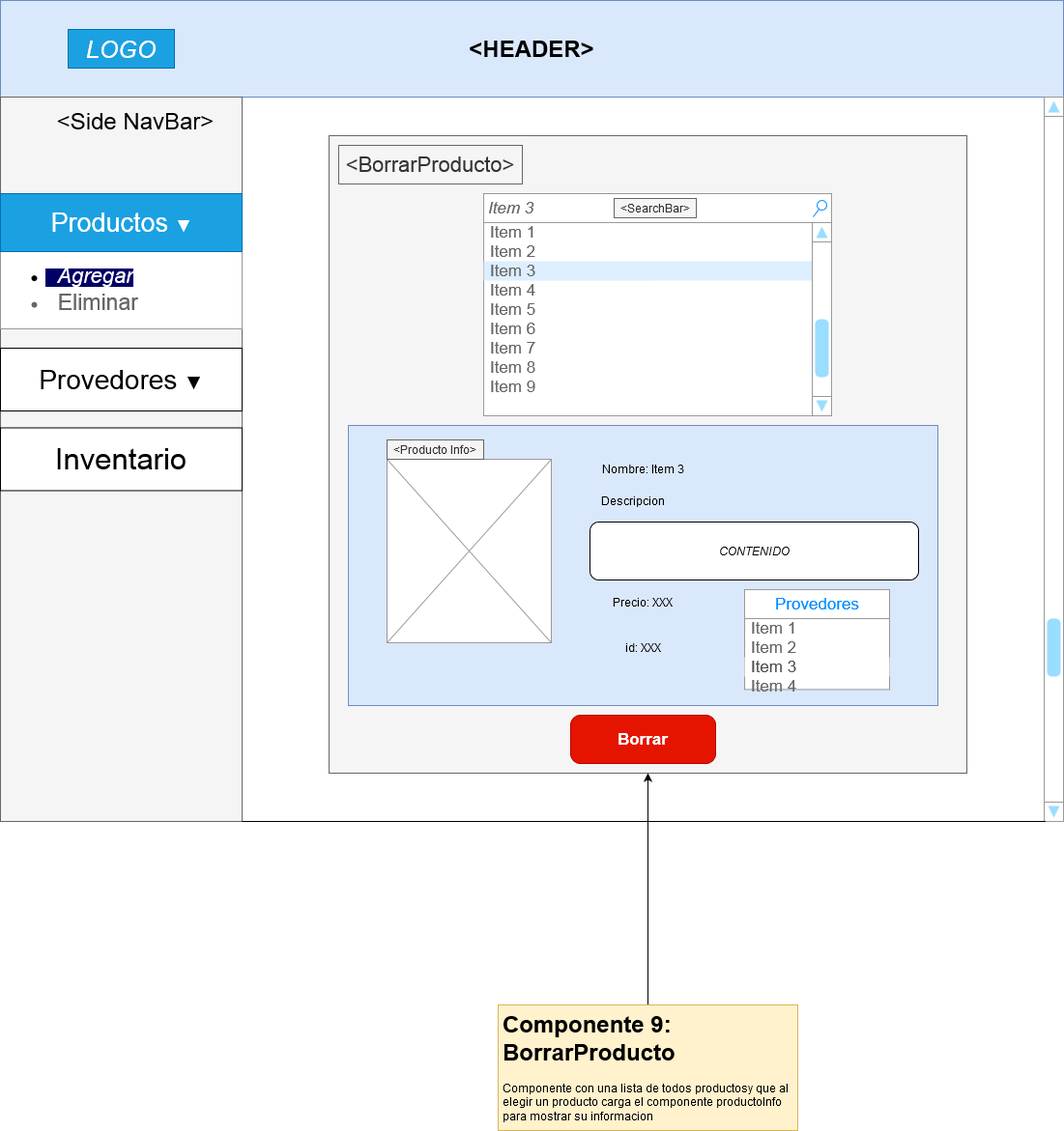
The draw.io diagram BorrarProducto component Diagram.png in EddyCeti/JarabeProject, before a commit. Source tidied: cells renumbered, new cells last; positions are measured from the earlier drawing's top-left corner, leaving out a move shared by most shapes. Source of this version:
```xml
<mxGraphModel>
  <root>
    <mxCell id="0" />
    <mxCell id="1" parent="0" />
    <mxCell id="2" style="whiteSpace=wrap;html=1;fillColor=#f5f5f5;strokeColor=#666666;fontColor=#333333;" parent="1" vertex="1">
      <mxGeometry x="340" y="140" width="660" height="660" as="geometry" />
    </mxCell>
    <mxCell id="3" style="rounded=0;whiteSpace=wrap;html=1;fillColor=#dae8fc;strokeColor=#6c8ebf;" parent="1" vertex="1">
      <mxGeometry x="360" y="440" width="610" height="290" as="geometry" />
    </mxCell>
    <mxCell id="4" value="&lt;h1&gt;&amp;lt;HEADER&amp;gt;&lt;br&gt;&lt;/h1&gt;" style="rounded=0;whiteSpace=wrap;html=1;fillColor=#dae8fc;strokeColor=#6c8ebf;" parent="1" vertex="1">
      <mxGeometry width="1100" height="100" as="geometry" />
    </mxCell>
    <mxCell id="5" style="rounded=0;whiteSpace=wrap;html=1;fillColor=#f5f5f5;strokeColor=#666666;fontColor=#333333;" parent="1" vertex="1">
      <mxGeometry y="100" width="250" height="750" as="geometry" />
    </mxCell>
    <mxCell id="6" value="&lt;font style=&quot;font-size: 24px&quot;&gt;&amp;lt;Side NavBar&amp;gt;&lt;/font&gt;" style="text;html=1;strokeColor=none;fillColor=none;align=center;verticalAlign=middle;whiteSpace=wrap;rounded=0;" parent="1" vertex="1">
      <mxGeometry x="50" y="110" width="180" height="30" as="geometry" />
    </mxCell>
    <mxCell id="7" value="&lt;i&gt;&lt;font style=&quot;font-size: 25px&quot;&gt;LOGO&lt;/font&gt;&lt;/i&gt;" style="text;html=1;strokeColor=#006EAF;fillColor=#1ba1e2;align=center;verticalAlign=middle;whiteSpace=wrap;rounded=0;fontColor=#ffffff;" parent="1" vertex="1">
      <mxGeometry x="70" y="30" width="110" height="40" as="geometry" />
    </mxCell>
    <mxCell id="8" style="strokeWidth=1;shadow=0;dashed=0;align=center;html=1;shape=mxgraph.mockup.forms.rrect;rSize=0;strokeColor=#999999;fillColor=#ffffff;" parent="1" vertex="1">
      <mxGeometry y="200" width="250" height="140" as="geometry" />
    </mxCell>
    <mxCell id="9" value="&lt;font style=&quot;font-size: 27px&quot;&gt;Productos &lt;/font&gt;▼" style="strokeWidth=1;shadow=0;dashed=0;align=center;html=1;shape=mxgraph.mockup.forms.rrect;rSize=0;strokeColor=#006EAF;fontSize=17;fillColor=#1ba1e2;fontColor=#ffffff;" parent="8" vertex="1">
      <mxGeometry width="250" height="60" relative="1" as="geometry" />
    </mxCell>
    <mxCell id="10" value="&lt;ul&gt;&lt;li&gt;&lt;span style=&quot;background-color: rgb(0 , 0 , 102)&quot;&gt;&lt;font color=&quot;#FFFFFF&quot;&gt;&lt;i&gt;&lt;font style=&quot;font-size: 22px&quot;&gt;&amp;nbsp; Agregar&lt;br&gt;&lt;/font&gt;&lt;/i&gt;&lt;/font&gt;&lt;/span&gt;&lt;/li&gt;&lt;/ul&gt;" style="strokeWidth=1;shadow=0;dashed=0;align=center;html=1;shape=mxgraph.mockup.forms.anchor;fontSize=17;align=left;spacingLeft=5;strokeColor=#d79b00;fillColor=#ffe6cc;" parent="8" vertex="1">
      <mxGeometry y="70.5" width="250" height="29.5" as="geometry" />
    </mxCell>
    <mxCell id="11" value="&lt;ul&gt;&lt;li&gt;&lt;font style=&quot;font-size: 23px&quot;&gt;&amp;nbsp; Eliminar&lt;/font&gt;&lt;/li&gt;&lt;/ul&gt;" style="strokeWidth=1;shadow=0;dashed=0;align=center;html=1;shape=mxgraph.mockup.forms.anchor;fontSize=17;fontColor=#666666;align=left;spacingLeft=5;" parent="8" vertex="1">
      <mxGeometry y="100" width="250" height="24.7" as="geometry" />
    </mxCell>
    <mxCell id="12" style="verticalLabelPosition=bottom;shadow=0;dashed=0;align=center;html=1;verticalAlign=top;strokeWidth=1;shape=mxgraph.mockup.navigation.scrollBar;strokeColor=#999999;barPos=20;fillColor2=#99ddff;strokeColor2=none;direction=north;" parent="1" vertex="1">
      <mxGeometry x="1080" y="100" width="20" height="750" as="geometry" />
    </mxCell>
    <mxCell id="13" value="&lt;font style=&quot;font-size: 28px&quot;&gt;Provedores &lt;/font&gt;&lt;font style=&quot;font-size: 19px&quot;&gt;▼&lt;/font&gt;" style="rounded=0;whiteSpace=wrap;html=1;" parent="1" vertex="1">
      <mxGeometry y="360" width="250" height="65" as="geometry" />
    </mxCell>
    <mxCell id="14" value="&lt;font style=&quot;font-size: 31px&quot;&gt;Inventario&lt;/font&gt;" style="rounded=0;whiteSpace=wrap;html=1;" parent="1" vertex="1">
      <mxGeometry y="442.5" width="250" height="65" as="geometry" />
    </mxCell>
    <mxCell id="15" style="endArrow=none;html=1;exitX=1;exitY=1;exitDx=0;exitDy=0;entryX=0;entryY=0.07;entryDx=0;entryDy=0;entryPerimeter=0;" parent="1" edge="1" source="5" target="12">
      <mxGeometry relative="1" as="geometry" />
    </mxCell>
    <mxCell id="16" value="&lt;font style=&quot;font-size: 22px&quot;&gt;&amp;lt;BorrarProducto&amp;gt;&lt;/font&gt;" style="text;html=1;align=center;verticalAlign=middle;whiteSpace=wrap;rounded=0;fillColor=#f5f5f5;strokeColor=#666666;fontColor=#333333;" parent="1" vertex="1">
      <mxGeometry x="350" y="150" width="190" height="40" as="geometry" />
    </mxCell>
    <mxCell id="17" value="&lt;div&gt;Borrar&lt;/div&gt;" style="strokeWidth=1;shadow=0;dashed=0;align=center;html=1;shape=mxgraph.mockup.buttons.button;strokeColor=#B20000;fontColor=#ffffff;mainText=;buttonStyle=round;fontSize=17;fontStyle=1;fillColor=#e51400;whiteSpace=wrap;" parent="1" vertex="1">
      <mxGeometry x="590" y="740" width="150" height="50" as="geometry" />
    </mxCell>
    <mxCell id="18" style="strokeWidth=1;shadow=0;dashed=0;align=center;html=1;shape=mxgraph.mockup.forms.rrect;rSize=0;strokeColor=#999999;fillColor=#ffffff;" parent="1" vertex="1">
      <mxGeometry x="500" y="200" width="360" height="230" as="geometry" />
    </mxCell>
    <mxCell id="19" value="Title" style="strokeWidth=1;shadow=0;dashed=0;align=center;html=1;shape=mxgraph.mockup.forms.rrect;rSize=0;strokeColor=#999999;fontColor=#008cff;fontSize=17;fillColor=#ffffff;" parent="18" vertex="1">
      <mxGeometry width="355" height="30" relative="1" as="geometry" />
    </mxCell>
    <mxCell id="20" value="Item 1" style="strokeWidth=1;shadow=0;dashed=0;align=center;html=1;shape=mxgraph.mockup.forms.anchor;fontSize=17;fontColor=#666666;align=left;spacingLeft=5;" parent="18" vertex="1">
      <mxGeometry width="355" height="20" relative="1" as="geometry">
        <mxPoint y="30" as="offset" />
      </mxGeometry>
    </mxCell>
    <mxCell id="21" value="Item 2" style="strokeWidth=1;shadow=0;dashed=0;align=center;html=1;shape=mxgraph.mockup.forms.anchor;fontSize=17;fontColor=#666666;align=left;spacingLeft=5;" parent="18" vertex="1">
      <mxGeometry width="355" height="20" relative="1" as="geometry">
        <mxPoint y="50" as="offset" />
      </mxGeometry>
    </mxCell>
    <mxCell id="22" value="Item 3" style="strokeWidth=1;shadow=0;dashed=0;align=center;html=1;shape=mxgraph.mockup.forms.rrect;rSize=0;fontSize=17;fontColor=#666666;align=left;spacingLeft=5;fillColor=#ddeeff;strokeColor=none;" parent="18" vertex="1">
      <mxGeometry width="355" height="20" relative="1" as="geometry">
        <mxPoint y="70" as="offset" />
      </mxGeometry>
    </mxCell>
    <mxCell id="23" value="Item 4" style="strokeWidth=1;shadow=0;dashed=0;align=center;html=1;shape=mxgraph.mockup.forms.anchor;fontSize=17;fontColor=#666666;align=left;spacingLeft=5;" parent="18" vertex="1">
      <mxGeometry width="355" height="20" relative="1" as="geometry">
        <mxPoint y="90" as="offset" />
      </mxGeometry>
    </mxCell>
    <mxCell id="24" value="Item 5" style="strokeWidth=1;shadow=0;dashed=0;align=center;html=1;shape=mxgraph.mockup.forms.anchor;fontSize=17;fontColor=#666666;align=left;spacingLeft=5;" parent="18" vertex="1">
      <mxGeometry y="110" width="355" height="20" as="geometry" />
    </mxCell>
    <mxCell id="25" value="Item 6" style="strokeWidth=1;shadow=0;dashed=0;align=center;html=1;shape=mxgraph.mockup.forms.anchor;fontSize=17;fontColor=#666666;align=left;spacingLeft=5;" parent="18" vertex="1">
      <mxGeometry y="130" width="355" height="20" as="geometry" />
    </mxCell>
    <mxCell id="26" value="&lt;i&gt;Item 3&lt;/i&gt;" style="strokeWidth=1;shadow=0;dashed=0;align=center;html=1;shape=mxgraph.mockup.forms.searchBox;strokeColor=#999999;mainText=;strokeColor2=#008cff;fontColor=#666666;fontSize=17;align=left;spacingLeft=3;fillColor=#FFFFFF;" parent="18" vertex="1">
      <mxGeometry width="360" height="30" as="geometry" />
    </mxCell>
    <mxCell id="27" value="Item 7" style="strokeWidth=1;shadow=0;dashed=0;align=center;html=1;shape=mxgraph.mockup.forms.anchor;fontSize=17;fontColor=#666666;align=left;spacingLeft=5;" parent="18" vertex="1">
      <mxGeometry y="150" width="355" height="20" as="geometry" />
    </mxCell>
    <mxCell id="28" value="Item 8" style="strokeWidth=1;shadow=0;dashed=0;align=center;html=1;shape=mxgraph.mockup.forms.anchor;fontSize=17;fontColor=#666666;align=left;spacingLeft=5;" parent="18" vertex="1">
      <mxGeometry y="170" width="355" height="20" as="geometry" />
    </mxCell>
    <mxCell id="29" style="verticalLabelPosition=bottom;shadow=0;dashed=0;align=center;html=1;verticalAlign=top;strokeWidth=1;shape=mxgraph.mockup.navigation.scrollBar;strokeColor=#999999;barPos=20;fillColor2=#99ddff;strokeColor2=none;direction=north;fillColor=#FFFFFF;" parent="18" vertex="1">
      <mxGeometry x="340" y="30" width="20" height="200" as="geometry" />
    </mxCell>
    <mxCell id="30" value="Item 9" style="strokeWidth=1;shadow=0;dashed=0;align=center;html=1;shape=mxgraph.mockup.forms.anchor;fontSize=17;fontColor=#666666;align=left;spacingLeft=5;" parent="18" vertex="1">
      <mxGeometry y="190" width="355" height="20" as="geometry" />
    </mxCell>
    <mxCell id="31" value="&amp;lt;SearchBar&amp;gt;" style="text;html=1;strokeColor=#666666;fillColor=#f5f5f5;align=center;verticalAlign=middle;whiteSpace=wrap;rounded=0;fontColor=#333333;" parent="18" vertex="1">
      <mxGeometry x="135" y="5" width="85" height="20" as="geometry" />
    </mxCell>
    <mxCell id="32" style="verticalLabelPosition=bottom;shadow=0;dashed=0;align=center;html=1;verticalAlign=top;strokeWidth=1;shape=mxgraph.mockup.graphics.simpleIcon;strokeColor=#999999;fillColor=#FFFFFF;" parent="1" vertex="1">
      <mxGeometry x="400" y="475" width="170" height="190" as="geometry" />
    </mxCell>
    <mxCell id="33" value="Nombre: Item 3" style="text;html=1;strokeColor=none;fillColor=none;align=center;verticalAlign=middle;whiteSpace=wrap;rounded=0;" parent="1" vertex="1">
      <mxGeometry x="590" y="475" width="150" height="20" as="geometry" />
    </mxCell>
    <mxCell id="34" value="&lt;i&gt;CONTENIDO&lt;/i&gt;" style="rounded=1;whiteSpace=wrap;html=1;fillColor=#FFFFFF;" parent="1" vertex="1">
      <mxGeometry x="610" y="540" width="340" height="60" as="geometry" />
    </mxCell>
    <mxCell id="35" value="Precio: XXX" style="text;html=1;strokeColor=none;fillColor=none;align=center;verticalAlign=middle;whiteSpace=wrap;rounded=0;" parent="1" vertex="1">
      <mxGeometry x="610" y="612.5" width="110" height="20" as="geometry" />
    </mxCell>
    <mxCell id="36" value="Descripcion" style="text;html=1;strokeColor=none;fillColor=none;align=center;verticalAlign=middle;whiteSpace=wrap;rounded=0;" parent="1" vertex="1">
      <mxGeometry x="610" y="507.5" width="90" height="20" as="geometry" />
    </mxCell>
    <mxCell id="37" style="edgeStyle=orthogonalEdgeStyle;rounded=0;jettySize=auto;html=1;" parent="1" edge="1" source="38" target="2">
      <mxGeometry relative="1" as="geometry" />
    </mxCell>
    <mxCell id="38" value="&lt;h1&gt;Componente 9: BorrarProducto&lt;br&gt;&lt;/h1&gt;&lt;p&gt;Componente con una lista de todos productosy que al elegir un producto carga el componente productoInfo para mostrar su informacion&lt;br&gt;&lt;/p&gt;" style="text;html=1;strokeColor=#d6b656;fillColor=#fff2cc;spacing=5;spacingTop=-20;whiteSpace=wrap;overflow=hidden;rounded=0;" parent="1" vertex="1">
      <mxGeometry x="515" y="1040" width="310" height="130" as="geometry" />
    </mxCell>
    <mxCell id="39" value="id: XXX" style="text;html=1;strokeColor=none;fillColor=none;align=center;verticalAlign=middle;whiteSpace=wrap;rounded=0;" parent="1" vertex="1">
      <mxGeometry x="610" y="660" width="110" height="20" as="geometry" />
    </mxCell>
    <mxCell id="40" value="&amp;lt;Producto Info&amp;gt;" style="text;html=1;strokeColor=#666666;fillColor=#f5f5f5;align=center;verticalAlign=middle;whiteSpace=wrap;rounded=0;fontColor=#333333;" parent="1" vertex="1">
      <mxGeometry x="400" y="455" width="100" height="20" as="geometry" />
    </mxCell>
    <mxCell id="41" style="strokeWidth=1;shadow=0;dashed=0;align=center;html=1;shape=mxgraph.mockup.forms.rrect;rSize=0;strokeColor=#999999;fillColor=#ffffff;" parent="1" vertex="1">
      <mxGeometry x="770" y="610" width="150" height="103.4" as="geometry" />
    </mxCell>
    <mxCell id="42" value="Provedores" style="strokeWidth=1;shadow=0;dashed=0;align=center;html=1;shape=mxgraph.mockup.forms.rrect;rSize=0;strokeColor=#999999;fontColor=#008cff;fontSize=17;fillColor=#ffffff;" parent="41" vertex="1">
      <mxGeometry width="150" height="30" relative="1" as="geometry" />
    </mxCell>
    <mxCell id="43" value="Item 1" style="strokeWidth=1;shadow=0;dashed=0;align=center;html=1;shape=mxgraph.mockup.forms.anchor;fontSize=17;fontColor=#666666;align=left;spacingLeft=5;" parent="41" vertex="1">
      <mxGeometry width="150" height="20" relative="1" as="geometry">
        <mxPoint y="30" as="offset" />
      </mxGeometry>
    </mxCell>
    <mxCell id="44" value="Item 2" style="strokeWidth=1;shadow=0;dashed=0;align=center;html=1;shape=mxgraph.mockup.forms.anchor;fontSize=17;fontColor=#666666;align=left;spacingLeft=5;" parent="41" vertex="1">
      <mxGeometry width="150" height="20" relative="1" as="geometry">
        <mxPoint y="50" as="offset" />
      </mxGeometry>
    </mxCell>
    <mxCell id="45" value="&lt;font color=&quot;#4D4D4D&quot;&gt;Item 3&lt;/font&gt;" style="strokeWidth=1;shadow=0;dashed=0;align=center;html=1;shape=mxgraph.mockup.forms.rrect;rSize=0;fontSize=17;align=left;spacingLeft=5;strokeColor=none;" parent="41" vertex="1">
      <mxGeometry width="150" height="20" relative="1" as="geometry">
        <mxPoint y="70" as="offset" />
      </mxGeometry>
    </mxCell>
    <mxCell id="46" value="Item 4" style="strokeWidth=1;shadow=0;dashed=0;align=center;html=1;shape=mxgraph.mockup.forms.anchor;fontSize=17;fontColor=#666666;align=left;spacingLeft=5;" parent="41" vertex="1">
      <mxGeometry width="150" height="20" relative="1" as="geometry">
        <mxPoint y="90" as="offset" />
      </mxGeometry>
    </mxCell>
  </root>
</mxGraphModel>
```
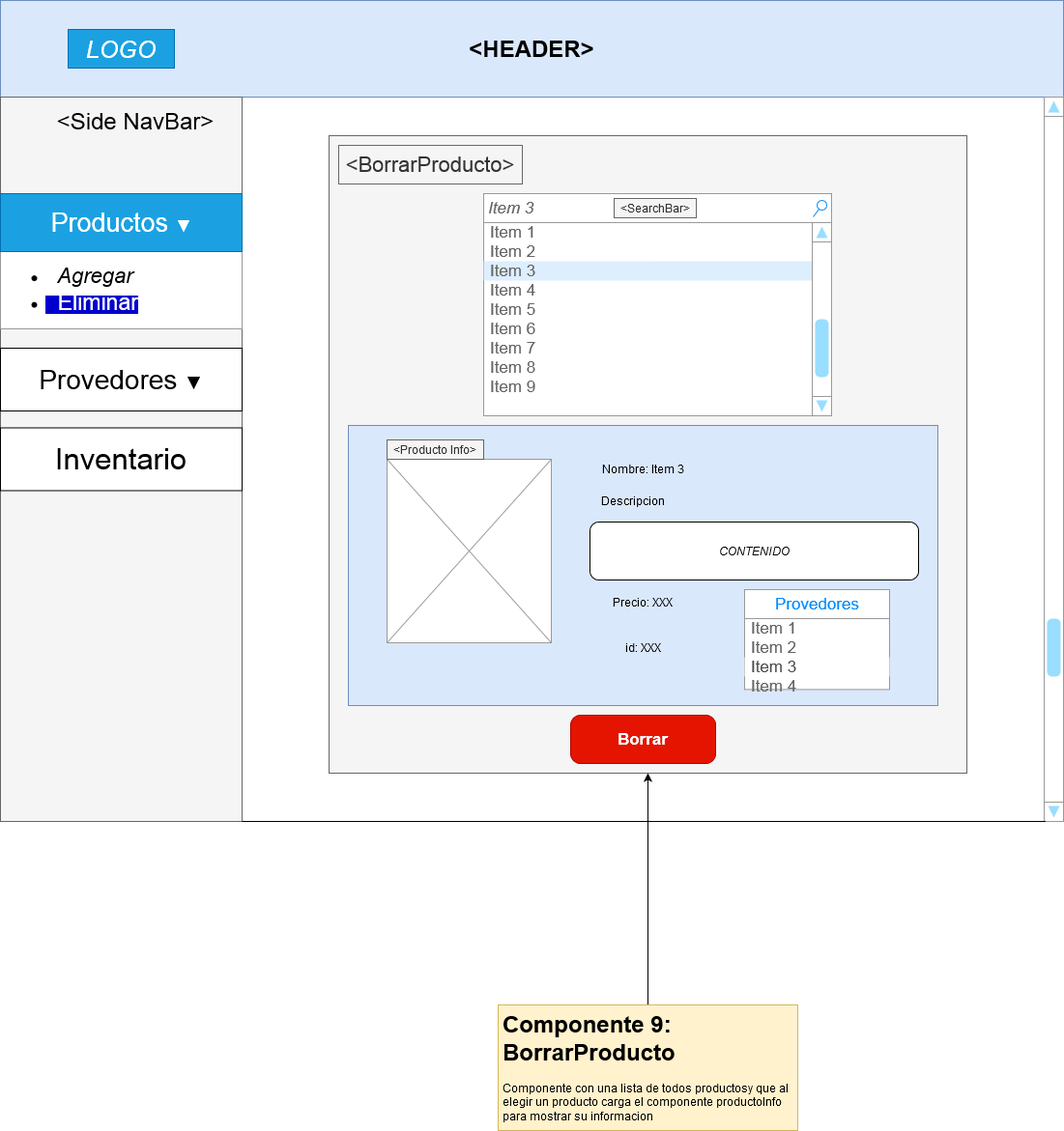
The same diagram one commit later.

Diff of the diagram source:
```diff
@@ -26,10 +26,10 @@
     <mxCell id="9" value="&lt;font style=&quot;font-size: 27px&quot;&gt;Productos &lt;/font&gt;▼" style="strokeWidth=1;shadow=0;dashed=0;align=center;html=1;shape=mxgraph.mockup.forms.rrect;rSize=0;strokeColor=#006EAF;fontSize=17;fillColor=#1ba1e2;fontColor=#ffffff;" parent="8" vertex="1">
       <mxGeometry width="250" height="60" relative="1" as="geometry" />
     </mxCell>
-    <mxCell id="10" value="&lt;ul&gt;&lt;li&gt;&lt;span style=&quot;background-color: rgb(0 , 0 , 102)&quot;&gt;&lt;font color=&quot;#FFFFFF&quot;&gt;&lt;i&gt;&lt;font style=&quot;font-size: 22px&quot;&gt;&amp;nbsp; Agregar&lt;br&gt;&lt;/font&gt;&lt;/i&gt;&lt;/font&gt;&lt;/span&gt;&lt;/li&gt;&lt;/ul&gt;" style="strokeWidth=1;shadow=0;dashed=0;align=center;html=1;shape=mxgraph.mockup.forms.anchor;fontSize=17;align=left;spacingLeft=5;strokeColor=#d79b00;fillColor=#ffe6cc;" parent="8" vertex="1">
+    <mxCell id="10" value="&lt;ul&gt;&lt;li&gt;&lt;span style=&quot;background-color: transparent&quot;&gt;&lt;i&gt;&lt;font style=&quot;font-size: 22px&quot;&gt;&amp;nbsp; Agregar&lt;br&gt;&lt;/font&gt;&lt;/i&gt;&lt;/span&gt;&lt;/li&gt;&lt;/ul&gt;" style="strokeWidth=1;shadow=0;dashed=0;align=center;html=1;shape=mxgraph.mockup.forms.anchor;fontSize=17;align=left;spacingLeft=5;strokeColor=#d79b00;fillColor=#ffe6cc;" parent="8" vertex="1">
       <mxGeometry y="70.5" width="250" height="29.5" as="geometry" />
     </mxCell>
-    <mxCell id="11" value="&lt;ul&gt;&lt;li&gt;&lt;font style=&quot;font-size: 23px&quot;&gt;&amp;nbsp; Eliminar&lt;/font&gt;&lt;/li&gt;&lt;/ul&gt;" style="strokeWidth=1;shadow=0;dashed=0;align=center;html=1;shape=mxgraph.mockup.forms.anchor;fontSize=17;fontColor=#666666;align=left;spacingLeft=5;" parent="8" vertex="1">
+    <mxCell id="11" value="&lt;ul&gt;&lt;li&gt;&lt;font color=&quot;#FFFFFF&quot;&gt;&lt;span style=&quot;background-color: rgb(0 , 0 , 204)&quot;&gt;&lt;font style=&quot;font-size: 23px&quot;&gt;&amp;nbsp; Eliminar&lt;/font&gt;&lt;/span&gt;&lt;/font&gt;&lt;/li&gt;&lt;/ul&gt;" style="strokeWidth=1;shadow=0;dashed=0;align=center;html=1;shape=mxgraph.mockup.forms.anchor;fontSize=17;align=left;spacingLeft=5;fillColor=#dae8fc;strokeColor=#6c8ebf;" parent="8" vertex="1">
       <mxGeometry y="100" width="250" height="24.7" as="geometry" />
     </mxCell>
     <mxCell id="12" style="verticalLabelPosition=bottom;shadow=0;dashed=0;align=center;html=1;verticalAlign=top;strokeWidth=1;shape=mxgraph.mockup.navigation.scrollBar;strokeColor=#999999;barPos=20;fillColor2=#99ddff;strokeColor2=none;direction=north;" parent="1" vertex="1">
```
